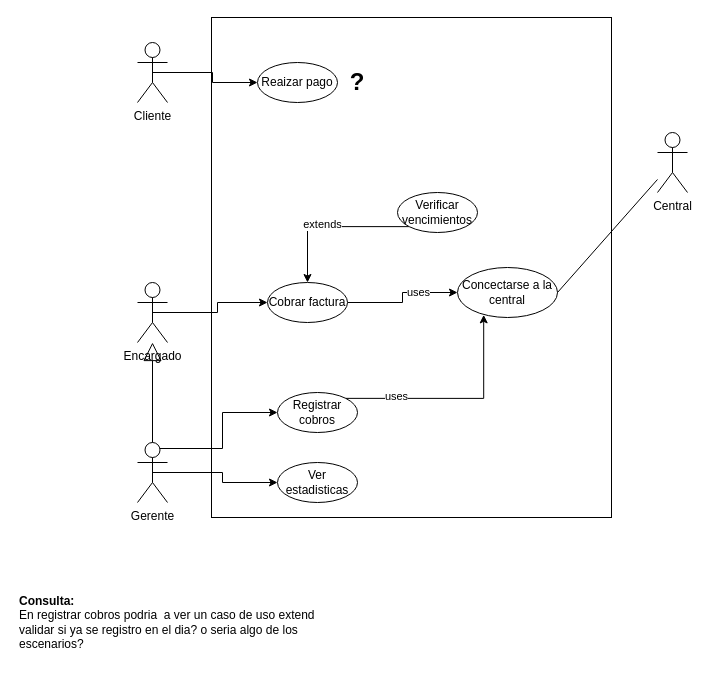
Above: Ejercicio7- Pago de impuestos y servicios/Ejercicio7 diagrama.drawio in Fefo7/Inge1 (draw.io), before the change. Source tidied: cells renumbered, new cells numbered last; positions are measured from the earlier drawing's top-left corner, leaving out a move shared by most shapes. Both pictures are drawn from the tidied source at 100%, with x=0, y=0 at pixel (17, 17).
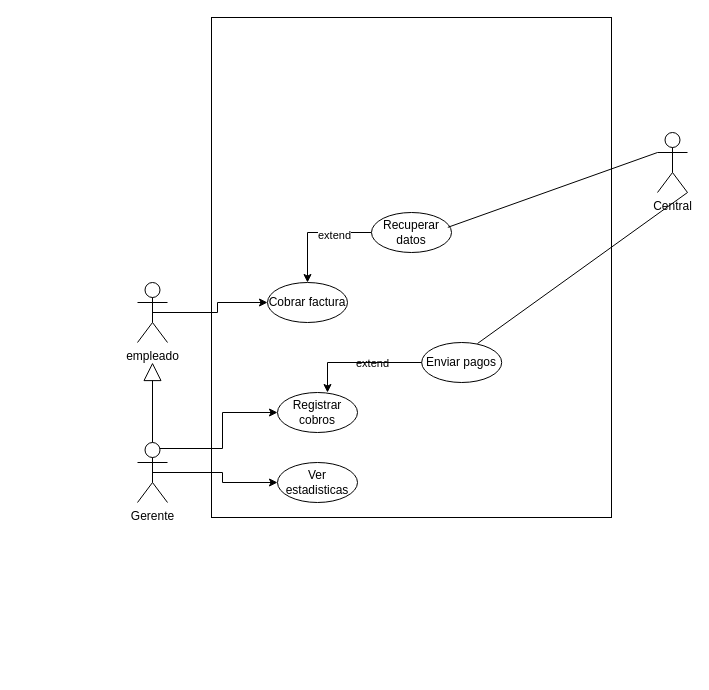
The same diagram, later.

Unchanged cells that the change refers to:
```xml
<mxCell id="7" value="Gerente" style="shape=umlActor;verticalLabelPosition=bottom;verticalAlign=top;html=1;outlineConnect=0;" parent="1" vertex="1">
  <mxGeometry x="120" y="425" width="30" height="60" as="geometry" />
</mxCell>
<mxCell id="10" value="Central" style="shape=umlActor;verticalLabelPosition=bottom;verticalAlign=top;html=1;outlineConnect=0;" parent="1" vertex="1">
  <mxGeometry x="640" y="115" width="30" height="60" as="geometry" />
</mxCell>
<mxCell id="14" value="Cobrar factura" style="ellipse;whiteSpace=wrap;html=1;" parent="1" vertex="1">
  <mxGeometry x="250" y="265" width="80" height="40" as="geometry" />
</mxCell>
<mxCell id="22" value="Registrar cobros" style="ellipse;whiteSpace=wrap;html=1;" parent="1" vertex="1">
  <mxGeometry x="260" y="375" width="80" height="40" as="geometry" />
</mxCell>
```

What changed in the source:
```diff
@@
-    <mxCell id="3" style="edgeStyle=orthogonalEdgeStyle;rounded=0;jettySize=auto;html=1;exitX=0.5;exitY=0.5;exitDx=0;exitDy=0;exitPerimeter=0;entryX=0;entryY=0.5;entryDx=0;entryDy=0;" parent="1" edge="1" source="4" target="11">
-      <mxGeometry relative="1" as="geometry" />
-    </mxCell>
-    <mxCell id="4" value="Cliente" style="shape=umlActor;verticalLabelPosition=bottom;verticalAlign=top;html=1;outlineConnect=0;" parent="1" vertex="1">
-      <mxGeometry x="120" y="25" width="30" height="60" as="geometry" />
-    </mxCell>
@@
-    <mxCell id="8" style="edgeStyle=orthogonalEdgeStyle;rounded=0;jettySize=auto;html=1;exitX=0.5;exitY=0.5;exitDx=0;exitDy=0;exitPerimeter=0;entryX=0;entryY=0.5;entryDx=0;entryDy=0;" parent="1" edge="1" source="9" target="14">
-      <mxGeometry relative="1" as="geometry" />
-    </mxCell>
-    <mxCell id="9" value="Encargado" style="shape=umlActor;verticalLabelPosition=bottom;verticalAlign=top;html=1;outlineConnect=0;" parent="1" vertex="1">
-      <mxGeometry x="120" y="265" width="30" height="60" as="geometry" />
-    </mxCell>
+    <mxCell id="27" style="edgeStyle=orthogonalEdgeStyle;rounded=0;jettySize=auto;html=1;exitX=0.5;exitY=0.5;exitDx=0;exitDy=0;exitPerimeter=0;entryX=0;entryY=0.5;entryDx=0;entryDy=0;" parent="1" edge="1" source="28" target="14">
+      <mxGeometry relative="1" as="geometry" />
+    </mxCell>
+    <mxCell id="28" value="empleado" style="shape=umlActor;verticalLabelPosition=bottom;verticalAlign=top;html=1;outlineConnect=0;" parent="1" vertex="1">
+      <mxGeometry x="120" y="265" width="30" height="60" as="geometry" />
+    </mxCell>
@@
-    <mxCell id="11" value="Reaizar pago" style="ellipse;whiteSpace=wrap;html=1;" parent="1" vertex="1">
-      <mxGeometry x="240" y="45" width="80" height="40" as="geometry" />
-    </mxCell>
-    <mxCell id="12" style="edgeStyle=orthogonalEdgeStyle;rounded=0;jettySize=auto;html=1;exitX=1;exitY=0.5;exitDx=0;exitDy=0;entryX=0;entryY=0.5;entryDx=0;entryDy=0;" parent="1" edge="1" source="14" target="15">
-      <mxGeometry relative="1" as="geometry" />
-    </mxCell>
-    <mxCell id="13" value="uses" style="edgeLabel;html=1;align=center;verticalAlign=middle;" parent="12" vertex="1">
-      <mxGeometry x="0.33" y="1" relative="1" as="geometry" />
-    </mxCell>
@@
-    <mxCell id="15" value="Concectarse a la central" style="ellipse;whiteSpace=wrap;html=1;" parent="1" vertex="1">
-      <mxGeometry x="440" y="250" width="100" height="50" as="geometry" />
-    </mxCell>
-    <mxCell id="16" value="&lt;b&gt;&lt;font style=&quot;font-size: 24px;&quot;&gt;?&lt;/font&gt;&lt;/b&gt;" style="text;html=1;align=center;verticalAlign=middle;whiteSpace=wrap;rounded=0;" parent="1" vertex="1">
-      <mxGeometry x="310" y="50" width="60" height="30" as="geometry" />
-    </mxCell>
-    <mxCell id="17" style="endArrow=block;endSize=16;endFill=0;html=1;rounded=0;exitX=0.5;exitY=0;exitDx=0;exitDy=0;exitPerimeter=0;" parent="1" edge="1" source="7" target="9">
-      <mxGeometry relative="1" as="geometry" />
-    </mxCell>
-    <mxCell id="18" style="endArrow=none;html=1;rounded=0;exitX=1;exitY=0.5;exitDx=0;exitDy=0;" parent="1" edge="1" source="15" target="10">
-      <mxGeometry relative="1" as="geometry" />
-    </mxCell>
-    <mxCell id="19" style="edgeStyle=orthogonalEdgeStyle;rounded=0;jettySize=auto;html=1;exitX=0;exitY=1;exitDx=0;exitDy=0;" parent="1" edge="1" source="21" target="14">
-      <mxGeometry relative="1" as="geometry" />
-    </mxCell>
-    <mxCell id="20" value="extends" style="edgeLabel;html=1;align=center;verticalAlign=middle;" parent="19" vertex="1">
-      <mxGeometry x="0.1" y="-3" relative="1" as="geometry" />
-    </mxCell>
-    <mxCell id="21" value="Verificar vencimientos" style="ellipse;whiteSpace=wrap;html=1;" parent="1" vertex="1">
-      <mxGeometry x="380" y="175" width="80" height="40" as="geometry" />
-    </mxCell>
+    <mxCell id="29" style="endArrow=block;endSize=16;endFill=0;html=1;rounded=0;exitX=0.5;exitY=0;exitDx=0;exitDy=0;exitPerimeter=0;" parent="1" edge="1" source="7">
+      <mxGeometry relative="1" as="geometry">
+        <mxPoint x="135" y="345" as="targetPoint" />
+      </mxGeometry>
+    </mxCell>
@@
-    <mxCell id="23" style="edgeStyle=orthogonalEdgeStyle;rounded=0;jettySize=auto;html=1;exitX=1;exitY=0;exitDx=0;exitDy=0;entryX=0.262;entryY=0.947;entryDx=0;entryDy=0;entryPerimeter=0;" parent="1" edge="1" source="22" target="15">
-      <mxGeometry relative="1" as="geometry" />
-    </mxCell>
-    <mxCell id="24" value="uses" style="edgeLabel;html=1;align=center;verticalAlign=middle;" parent="23" vertex="1">
-      <mxGeometry x="-0.55" y="2" relative="1" as="geometry" />
-    </mxCell>
-    <mxCell id="25" value="&lt;b&gt;Consulta:&lt;/b&gt;&lt;br&gt;En registrar cobros podria&amp;nbsp; a ver un caso de uso extend validar si ya se registro en el dia? o seria algo de los escenarios?" style="text;html=1;align=left;verticalAlign=middle;whiteSpace=wrap;rounded=0;" parent="1" vertex="1">
-      <mxGeometry y="555" width="310" height="100" as="geometry" />
-    </mxCell>
@@
+    <mxCell id="30" style="edgeStyle=orthogonalEdgeStyle;rounded=0;jettySize=auto;html=1;exitX=0;exitY=0.5;exitDx=0;exitDy=0;" parent="1" edge="1" source="32" target="14">
+      <mxGeometry relative="1" as="geometry" />
+    </mxCell>
+    <mxCell id="31" value="extend" style="edgeLabel;html=1;align=center;verticalAlign=middle;" parent="30" vertex="1">
+      <mxGeometry x="-0.33" y="2" relative="1" as="geometry" />
+    </mxCell>
+    <mxCell id="32" value="Recuperar datos" style="ellipse;whiteSpace=wrap;html=1;" parent="1" vertex="1">
+      <mxGeometry x="354" y="195" width="80" height="40" as="geometry" />
+    </mxCell>
+    <mxCell id="33" style="endArrow=none;html=1;rounded=0;exitX=0.954;exitY=0.371;exitDx=0;exitDy=0;exitPerimeter=0;entryX=0;entryY=0.3333333333333333;entryDx=0;entryDy=0;entryPerimeter=0;" parent="1" edge="1" source="32" target="10">
+      <mxGeometry relative="1" as="geometry" />
+    </mxCell>
+    <mxCell id="34" value="extend" style="edgeLabel;html=1;align=center;verticalAlign=middle;" parent="1" vertex="1">
+      <mxGeometry x="354" y="345" as="geometry" />
+    </mxCell>
+    <mxCell id="35" value="Enviar pagos" style="ellipse;whiteSpace=wrap;html=1;" parent="1" vertex="1">
+      <mxGeometry x="404.2" y="325" width="80" height="40" as="geometry" />
+    </mxCell>
+    <mxCell id="36" style="endArrow=none;html=1;rounded=0;exitX=0.954;exitY=0.371;exitDx=0;exitDy=0;exitPerimeter=0;entryX=1;entryY=1;entryDx=0;entryDy=0;entryPerimeter=0;" parent="1" edge="1" target="10">
+      <mxGeometry relative="1" as="geometry">
+        <mxPoint x="460" y="326" as="sourcePoint" />
+      </mxGeometry>
+    </mxCell>
+    <mxCell id="37" style="edgeStyle=orthogonalEdgeStyle;rounded=0;jettySize=auto;html=1;exitX=0;exitY=0.5;exitDx=0;exitDy=0;entryX=0.625;entryY=0;entryDx=0;entryDy=0;entryPerimeter=0;" parent="1" edge="1" source="35" target="22">
+      <mxGeometry relative="1" as="geometry" />
+    </mxCell>
```
